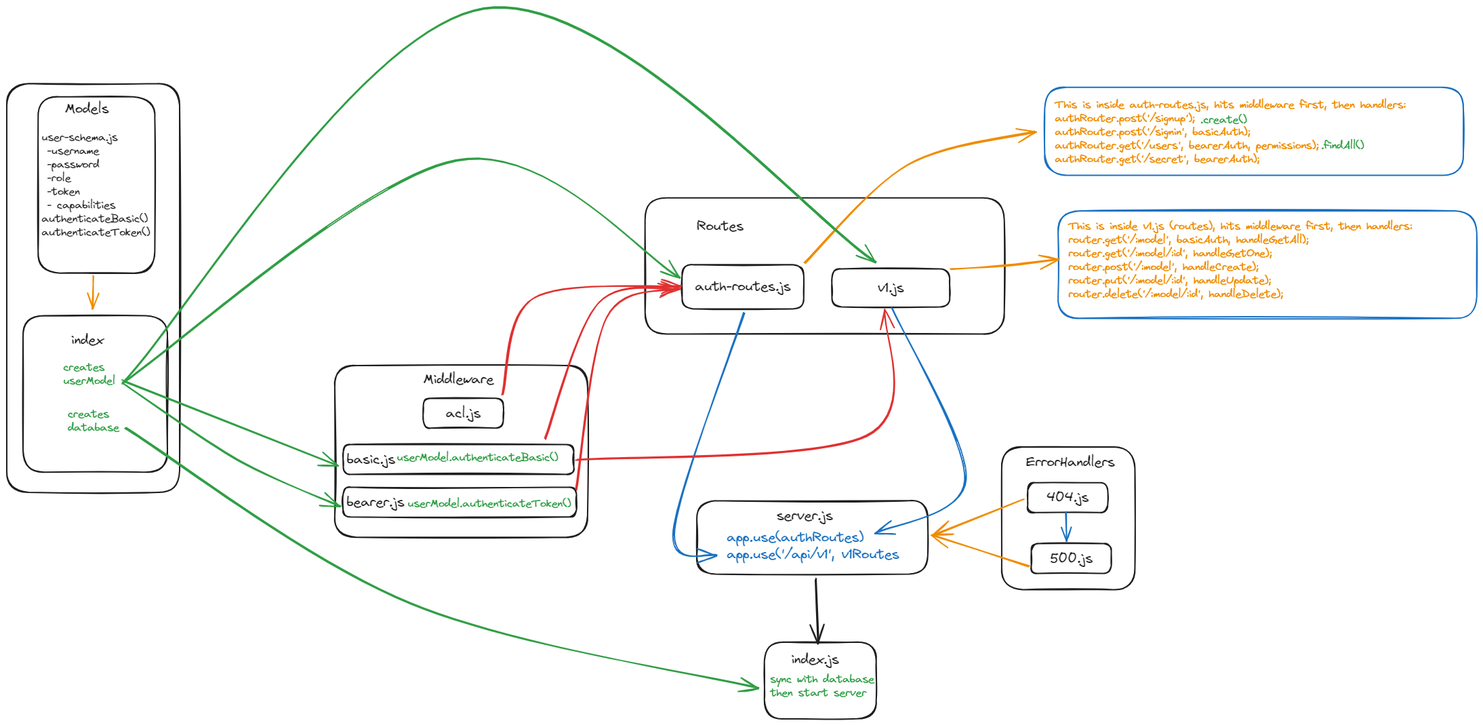
MelodicXP/auth-api keeps this Excalidraw diagram as assets/bearerAuthUMLFileStruct.excalidraw.png. Above is the earlier version. Source tidied: one line per element, renumbered; positions are measured from the earlier drawing's top-left corner, leaving out a move shared by most shapes.
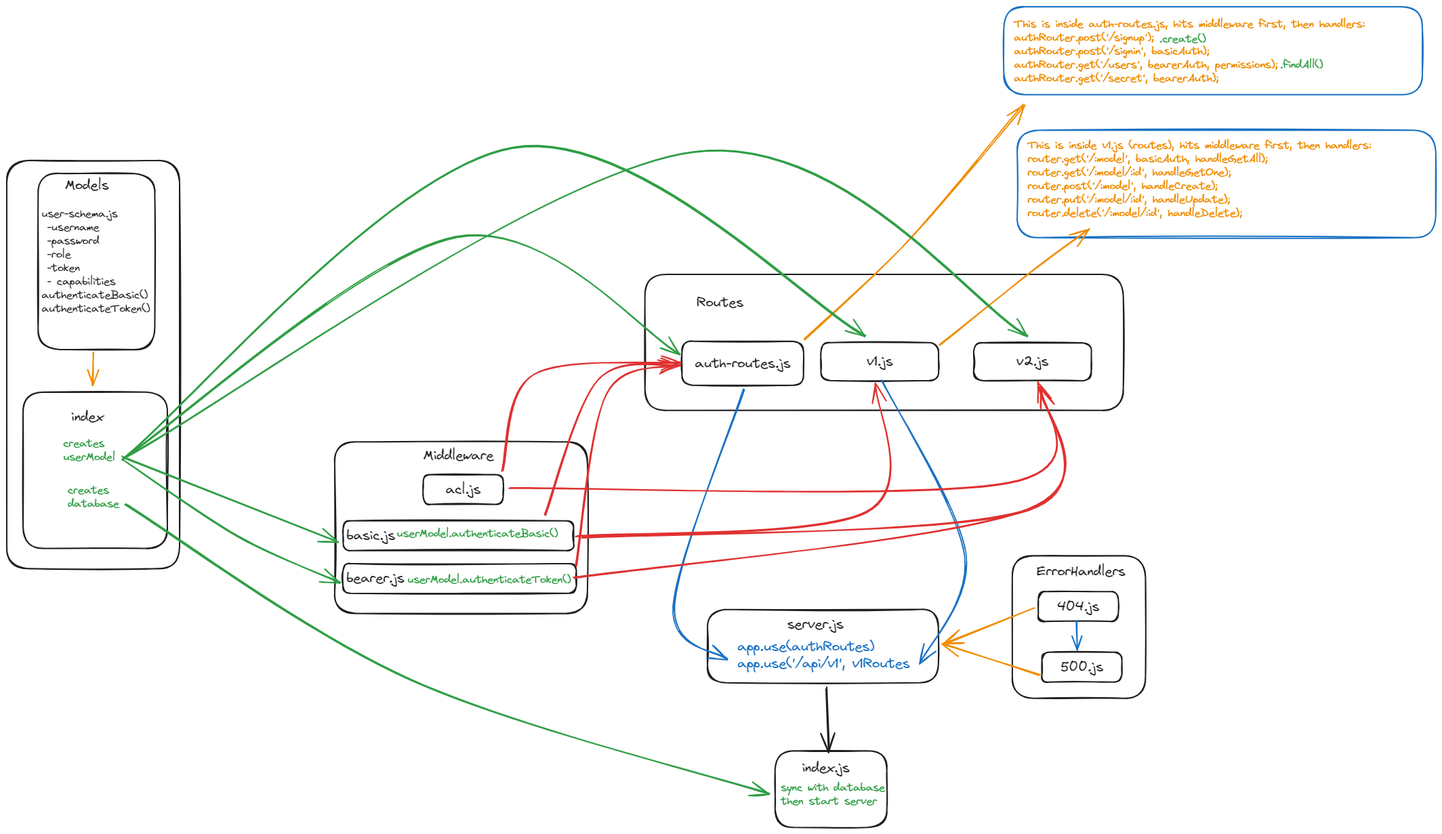
After the change.

Commit message:
Add food item

Change to the diagram source:
```diff
@@ -14,47 +14,53 @@
 {"id": 13, "type": "text", "text": "basic.js", "strokeColor": "#1e1e1e", "strokeWidth": 2, "roughness": 1, "fontSize": 20, "fontFamily": 1, "verticalAlign": "middle", "inside": 12, "x": 501, "y": 653, "width": 72, "height": 25}
 {"id": 14, "type": "arrow", "strokeColor": "#2f9e44", "strokeWidth": 2, "roughness": 1, "endArrowhead": "arrow", "round": true, "from": 4, "to": 10, "x": 172, "y": 554, "width": 322, "height": 181, "points": [[0, 0], [169, 112], [322, 181]]}
 {"id": 15, "type": "arrow", "strokeColor": "#2f9e44", "strokeWidth": 2, "roughness": 1, "endArrowhead": "arrow", "round": true, "from": 4, "to": 12, "x": 170, "y": 549, "width": 317, "height": 124, "points": [[0, 0], [317, 124]]}
-{"id": 16, "type": "rectangle", "strokeColor": "#1e1e1e", "strokeWidth": 2, "roughness": 1, "round": true, "x": 942, "y": 280, "width": 530, "height": 201}
+{"id": 16, "type": "rectangle", "strokeColor": "#1e1e1e", "strokeWidth": 2, "roughness": 1, "round": true, "x": 942, "y": 280, "width": 706, "height": 201}
 {"id": 17, "type": "text", "text": "Routes", "strokeColor": "#1e1e1e", "strokeWidth": 2, "roughness": 1, "fontSize": 20, "fontFamily": 1, "x": 1018, "y": 309, "width": 69, "height": 25}
-{"id": 18, "type": "rectangle", "strokeColor": "#1e1e1e", "strokeWidth": 2, "roughness": 1, "round": true, "x": 1217, "y": 385, "width": 174, "height": 56}
+{"id": 18, "type": "rectangle", "strokeColor": "#1e1e1e", "strokeWidth": 2, "roughness": 1, "round": true, "x": 1201, "y": 381, "width": 174, "height": 56}
-{"id": 19, "type": "text", "text": "v1.js", "strokeColor": "#1e1e1e", "strokeWidth": 2, "roughness": 1, "fontSize": 20, "fontFamily": 1, "textAlign": "center", "verticalAlign": "middle", "inside": 18, "x": 1285, "y": 400, "width": 39, "height": 25}
+{"id": 19, "type": "text", "text": "v1.js", "strokeColor": "#1e1e1e", "strokeWidth": 2, "roughness": 1, "fontSize": 20, "fontFamily": 1, "textAlign": "center", "verticalAlign": "middle", "inside": 18, "x": 1269, "y": 396, "width": 39, "height": 25}
 {"id": 20, "type": "rectangle", "strokeColor": "#1e1e1e", "strokeWidth": 2, "roughness": 1, "round": true, "x": 996, "y": 379, "width": 179, "height": 65}
 {"id": 21, "type": "text", "text": "auth-routes.js", "strokeColor": "#1e1e1e", "strokeWidth": 2, "roughness": 1, "fontSize": 20, "fontFamily": 1, "textAlign": "center", "verticalAlign": "middle", "inside": 20, "x": 1016, "y": 399, "width": 141, "height": 25}
 {"id": 22, "type": "arrow", "strokeColor": "#2f9e44", "strokeWidth": 2, "roughness": 1, "endArrowhead": "arrow", "round": true, "from": 4, "to": 20, "x": 170, "y": 553, "width": 823, "height": 328, "points": [[0, 0], [493, -328], [823, -155]]}
 {"id": 23, "type": "arrow", "strokeColor": "#e03131", "strokeWidth": 2, "roughness": 1, "endArrowhead": "arrow", "round": true, "from": 12, "to": 20, "x": 795, "y": 636, "width": 199, "height": 222, "points": [[0, 0], [78, -200], [199, -222]]}
 {"id": 24, "type": "arrow", "strokeColor": "#e03131", "strokeWidth": 2, "roughness": 1, "endArrowhead": "arrow", "round": true, "from": 51, "to": 20, "x": 841, "y": 711, "width": 148, "height": 297, "points": [[0, 0], [44, -255], [148, -297]]}
-{"id": 25, "type": "rectangle", "strokeColor": "#1e1e1e", "strokeWidth": 2, "roughness": 1, "round": true, "x": 1018, "y": 727, "width": 341, "height": 108}
+{"id": 25, "type": "rectangle", "strokeColor": "#1e1e1e", "strokeWidth": 2, "roughness": 1, "round": true, "x": 1034, "y": 775, "width": 341, "height": 108}
-{"id": 26, "type": "text", "text": "app.use(authRoutes)\napp.use('/api/v1', v1Routes", "strokeColor": "#1971c2", "strokeWidth": 2, "roughness": 1, "fontSize": 20, "fontFamily": 1, "x": 1062, "y": 769, "width": 254, "height": 50}
+{"id": 26, "type": "text", "text": "app.use(authRoutes)\napp.use('/api/v1', v1Routes", "strokeColor": "#1971c2", "strokeWidth": 2, "roughness": 1, "fontSize": 20, "fontFamily": 1, "x": 1078, "y": 817, "width": 254, "height": 50}
-{"id": 27, "type": "arrow", "strokeColor": "#1971c2", "strokeWidth": 2, "roughness": 1, "endArrowhead": "arrow", "round": true, "from": 20, "to": 26, "x": 1088, "y": 450, "width": 104, "height": 357, "points": [[0, 0], [-104, 319], [-41, 357]]}
+{"id": 27, "type": "arrow", "strokeColor": "#1971c2", "strokeWidth": 2, "roughness": 1, "endArrowhead": "arrow", "round": true, "from": 20, "to": 26, "x": 1088, "y": 450, "width": 104, "height": 397, "points": [[0, 0], [-104, 319], [-25, 397]]}
-{"id": 28, "type": "rectangle", "strokeColor": "#1e1e1e", "strokeWidth": 2, "roughness": 1, "round": true, "x": 1118, "y": 935, "width": 165, "height": 113}
+{"id": 28, "type": "rectangle", "strokeColor": "#1e1e1e", "strokeWidth": 2, "roughness": 1, "round": true, "x": 1134, "y": 983, "width": 165, "height": 113}
-{"id": 29, "type": "text", "text": "index.js", "strokeColor": "#1e1e1e", "strokeWidth": 2, "roughness": 1, "fontSize": 20, "fontFamily": 1, "x": 1158, "y": 948, "width": 70, "height": 25}
+{"id": 29, "type": "text", "text": "index.js", "strokeColor": "#1e1e1e", "strokeWidth": 2, "roughness": 1, "fontSize": 20, "fontFamily": 1, "x": 1174, "y": 996, "width": 70, "height": 25}
 {"id": 30, "type": "text", "text": "creates\ndatabase", "strokeColor": "#2f9e44", "strokeWidth": 2, "roughness": 1, "fontSize": 16, "fontFamily": 1, "x": 90, "y": 589, "width": 76, "height": 40}
-{"id": 31, "type": "arrow", "strokeColor": "#2f9e44", "strokeWidth": 2, "roughness": 1, "endArrowhead": "arrow", "round": true, "from": 30, "to": 28, "x": 175, "y": 620, "width": 933, "height": 382, "points": [[0, 0], [420, 258], [933, 382]]}
+{"id": 31, "type": "arrow", "strokeColor": "#2f9e44", "strokeWidth": 2, "roughness": 1, "endArrowhead": "arrow", "round": true, "from": 30, "to": 28, "x": 175, "y": 620, "width": 949, "height": 426, "points": [[0, 0], [420, 258], [949, 426]]}
-{"id": 32, "type": "text", "text": "sync with database\nthen start server", "strokeColor": "#2f9e44", "strokeWidth": 2, "roughness": 1, "fontSize": 16, "fontFamily": 1, "x": 1126, "y": 980, "width": 154, "height": 40}
+{"id": 32, "type": "text", "text": "sync with database\nthen start server", "strokeColor": "#2f9e44", "strokeWidth": 2, "roughness": 1, "fontSize": 16, "fontFamily": 1, "x": 1142, "y": 1028, "width": 154, "height": 40}
-{"id": 33, "type": "arrow", "strokeColor": "#1e1e1e", "strokeWidth": 2, "roughness": 1, "endArrowhead": "arrow", "round": true, "from": 25, "to": 29, "x": 1193, "y": 842, "width": 6, "height": 94, "points": [[0, 0], [6, 94]]}
+{"id": 33, "type": "arrow", "strokeColor": "#1e1e1e", "strokeWidth": 2, "roughness": 1, "endArrowhead": "arrow", "round": true, "from": 25, "to": 29, "x": 1209, "y": 890, "width": 6, "height": 94, "points": [[0, 0], [6, 94]]}
-{"id": 34, "type": "rectangle", "strokeColor": "#1e1e1e", "strokeWidth": 2, "roughness": 1, "round": true, "x": 1468, "y": 647, "width": 197, "height": 210}
+{"id": 34, "type": "rectangle", "strokeColor": "#1e1e1e", "strokeWidth": 2, "roughness": 1, "round": true, "x": 1484, "y": 695, "width": 197, "height": 210}
-{"id": 35, "type": "text", "text": "ErrorHandlers", "strokeColor": "#1e1e1e", "strokeWidth": 2, "roughness": 1, "fontSize": 20, "fontFamily": 1, "x": 1504, "y": 658, "width": 131, "height": 25}
+{"id": 35, "type": "text", "text": "ErrorHandlers", "strokeColor": "#1e1e1e", "strokeWidth": 2, "roughness": 1, "fontSize": 20, "fontFamily": 1, "x": 1520, "y": 706, "width": 131, "height": 25}
-{"id": 36, "type": "rectangle", "strokeColor": "#1e1e1e", "strokeWidth": 2, "roughness": 1, "round": true, "x": 1506, "y": 700, "width": 118, "height": 44}
+{"id": 36, "type": "rectangle", "strokeColor": "#1e1e1e", "strokeWidth": 2, "roughness": 1, "round": true, "x": 1522, "y": 748, "width": 118, "height": 44}
-{"id": 37, "type": "text", "text": "404.js", "strokeColor": "#1e1e1e", "strokeWidth": 2, "roughness": 1, "fontSize": 20, "fontFamily": 1, "textAlign": "center", "verticalAlign": "middle", "inside": 36, "x": 1534, "y": 710, "width": 62, "height": 25}
+{"id": 37, "type": "text", "text": "404.js", "strokeColor": "#1e1e1e", "strokeWidth": 2, "roughness": 1, "fontSize": 20, "fontFamily": 1, "textAlign": "center", "verticalAlign": "middle", "inside": 36, "x": 1550, "y": 758, "width": 62, "height": 25}
-{"id": 38, "type": "rectangle", "strokeColor": "#1e1e1e", "strokeWidth": 2, "roughness": 1, "round": true, "x": 1512, "y": 790, "width": 118, "height": 44}
+{"id": 38, "type": "rectangle", "strokeColor": "#1e1e1e", "strokeWidth": 2, "roughness": 1, "round": true, "x": 1528, "y": 838, "width": 118, "height": 44}
-{"id": 39, "type": "text", "text": "500.js", "strokeColor": "#1e1e1e", "strokeWidth": 2, "roughness": 1, "fontSize": 20, "fontFamily": 1, "textAlign": "center", "verticalAlign": "middle", "inside": 38, "x": 1539, "y": 799, "width": 63, "height": 25}
+{"id": 39, "type": "text", "text": "500.js", "strokeColor": "#1e1e1e", "strokeWidth": 2, "roughness": 1, "fontSize": 20, "fontFamily": 1, "textAlign": "center", "verticalAlign": "middle", "inside": 38, "x": 1555, "y": 847, "width": 63, "height": 25}
-{"id": 40, "type": "arrow", "strokeColor": "#1971c2", "strokeWidth": 2, "roughness": 1, "endArrowhead": "arrow", "round": true, "to": 38, "x": 1563, "y": 744, "width": 1, "height": 42, "points": [[0, 0], [1, 42]]}
+{"id": 40, "type": "arrow", "strokeColor": "#1971c2", "strokeWidth": 2, "roughness": 1, "endArrowhead": "arrow", "round": true, "to": 38, "x": 1579, "y": 792, "width": 1, "height": 42, "points": [[0, 0], [1, 42]]}
-{"id": 41, "type": "arrow", "strokeColor": "#f08c00", "strokeWidth": 2, "roughness": 1, "endArrowhead": "arrow", "round": true, "from": 36, "to": 25, "x": 1499, "y": 724, "width": 132, "height": 53, "points": [[0, 0], [-132, 53]]}
+{"id": 41, "type": "arrow", "strokeColor": "#f08c00", "strokeWidth": 2, "roughness": 1, "endArrowhead": "arrow", "round": true, "from": 36, "to": 25, "x": 1515, "y": 772, "width": 132, "height": 53, "points": [[0, 0], [-132, 53]]}
-{"id": 42, "type": "arrow", "strokeColor": "#f08c00", "strokeWidth": 2, "roughness": 1, "endArrowhead": "arrow", "round": true, "from": 38, "to": 25, "x": 1508, "y": 824, "width": 142, "height": 46, "points": [[0, 0], [-142, -46]]}
+{"id": 42, "type": "arrow", "strokeColor": "#f08c00", "strokeWidth": 2, "roughness": 1, "endArrowhead": "arrow", "round": true, "from": 38, "to": 25, "x": 1524, "y": 872, "width": 142, "height": 46, "points": [[0, 0], [-142, -46]]}
-{"id": 43, "type": "text", "text": ".create()", "strokeColor": "#2f9e44", "strokeWidth": 2, "roughness": 1, "fontSize": 16, "fontFamily": 1, "x": 1761, "y": 155, "width": 69, "height": 20}
+{"id": 43, "type": "text", "text": ".create()", "strokeColor": "#2f9e44", "strokeWidth": 2, "roughness": 1, "fontSize": 16, "fontFamily": 1, "x": 1701, "y": -77, "width": 69, "height": 20}
-{"id": 44, "type": "text", "text": ".findAll()", "strokeColor": "#2f9e44", "strokeWidth": 2, "roughness": 1, "fontSize": 16, "fontFamily": 1, "x": 1939, "y": 193, "width": 63, "height": 20}
+{"id": 44, "type": "text", "text": ".findAll()", "strokeColor": "#2f9e44", "strokeWidth": 2, "roughness": 1, "fontSize": 16, "fontFamily": 1, "x": 1879, "y": -39, "width": 63, "height": 20}
 {"id": 45, "type": "rectangle", "strokeColor": "#1e1e1e", "strokeWidth": 2, "roughness": 1, "round": true, "x": 615, "y": 576, "width": 118, "height": 44}
 {"id": 46, "type": "text", "text": "acl.js", "strokeColor": "#1e1e1e", "strokeWidth": 2, "roughness": 1, "fontSize": 20, "fontFamily": 1, "textAlign": "center", "verticalAlign": "middle", "inside": 45, "x": 648, "y": 585, "width": 52, "height": 25}
-{"id": 47, "type": "arrow", "strokeColor": "#f08c00", "strokeWidth": 2, "roughness": 1, "endArrowhead": "arrow", "round": true, "from": 20, "to": 48, "x": 1178, "y": 377, "width": 339, "height": 195, "points": [[0, 0], [152, -145], [339, -195]]}
+{"id": 47, "type": "arrow", "strokeColor": "#f08c00", "strokeWidth": 2, "roughness": 1, "endArrowhead": "arrow", "round": true, "from": 20, "to": 48, "x": 1178, "y": 377, "width": 323, "height": 348, "points": [[0, 0], [152, -145], [323, -348]]}
-{"id": 48, "type": "rectangle", "strokeColor": "#1971c2", "strokeWidth": 2, "roughness": 1, "round": true, "x": 1531, "y": 117, "width": 618, "height": 130}
+{"id": 48, "type": "rectangle", "strokeColor": "#1971c2", "strokeWidth": 2, "roughness": 1, "round": true, "x": 1471, "y": -115, "width": 618, "height": 130}
-{"id": 49, "type": "text", "text": "This is inside auth-routes.js, hits middleware first, then handlers:\nauthRouter.post('/signup');\nauthRouter.post('/signin', basicAuth);\nauthRouter.get('/users', bearerAuth, permissions);\nauthRouter.get('/secret', bearerAuth);", "strokeColor": "#f08c00", "strokeWidth": 2, "roughness": 1, "fontSize": 16, "fontFamily": 1, "x": 1546, "y": 133, "width": 518, "height": 100}
+{"id": 49, "type": "text", "text": "This is inside auth-routes.js, hits middleware first, then handlers:\nauthRouter.post('/signup');\nauthRouter.post('/signin', basicAuth);\nauthRouter.get('/users', bearerAuth, permissions);\nauthRouter.get('/secret', bearerAuth);", "strokeColor": "#f08c00", "strokeWidth": 2, "roughness": 1, "fontSize": 16, "fontFamily": 1, "x": 1486, "y": -99, "width": 518, "height": 100}
 {"id": 50, "type": "text", "text": "userModel.authenticateBasic()", "strokeColor": "#2f9e44", "strokeWidth": 2, "roughness": 1, "fontSize": 16, "fontFamily": 1, "x": 576, "y": 653, "width": 238, "height": 20}
 {"id": 51, "type": "text", "text": "userModel.authenticateToken()", "strokeColor": "#2f9e44", "strokeWidth": 2, "roughness": 1, "fontSize": 16, "fontFamily": 1, "x": 591, "y": 721, "width": 241, "height": 20}
-{"id": 52, "type": "arrow", "strokeColor": "#1971c2", "strokeWidth": 2, "roughness": 1, "endArrowhead": "arrow", "round": true, "from": 18, "x": 1307, "y": 444, "width": 133, "height": 331, "points": [[0, 0], [107, 252], [-26, 331]]}
+{"id": 52, "type": "arrow", "strokeColor": "#1971c2", "strokeWidth": 2, "roughness": 1, "endArrowhead": "arrow", "round": true, "from": 18, "to": 26, "x": 1292, "y": 438, "width": 122, "height": 416, "points": [[0, 0], [122, 256], [55, 416]]}
-{"id": 53, "type": "text", "text": "server.js", "strokeColor": "#1e1e1e", "strokeWidth": 2, "roughness": 1, "fontSize": 20, "fontFamily": 1, "x": 1136, "y": 736, "width": 83, "height": 25}
+{"id": 53, "type": "text", "text": "server.js", "strokeColor": "#1e1e1e", "strokeWidth": 2, "roughness": 1, "fontSize": 20, "fontFamily": 1, "x": 1152, "y": 784, "width": 83, "height": 25}
 {"id": 54, "type": "arrow", "strokeColor": "#e03131", "strokeWidth": 2, "roughness": 1, "endArrowhead": "arrow", "round": true, "from": 45, "to": 20, "x": 731, "y": 570, "width": 265, "height": 161, "points": [[0, 0], [46, -143], [265, -161]]}
-{"id": 55, "type": "arrow", "strokeColor": "#2f9e44", "strokeWidth": 2, "roughness": 1, "endArrowhead": "arrow", "round": true, "from": 4, "to": 18, "x": 172, "y": 552, "width": 1111, "height": 552, "points": [[0, 0], [531, -552], [1111, -178]]}
+{"id": 55, "type": "arrow", "strokeColor": "#2f9e44", "strokeWidth": 2, "roughness": 1, "endArrowhead": "arrow", "round": true, "from": 4, "to": 18, "x": 172, "y": 552, "width": 1096, "height": 460, "points": [[0, 0], [575, -460], [1096, -182]]}
-{"id": 56, "type": "arrow", "strokeColor": "#e03131", "strokeWidth": 2, "roughness": 1, "endArrowhead": "arrow", "round": true, "from": 12, "to": 18, "x": 840, "y": 667, "width": 455, "height": 221, "points": [[0, 0], [428, -36], [455, -221]]}
+{"id": 56, "type": "arrow", "strokeColor": "#e03131", "strokeWidth": 2, "roughness": 1, "endArrowhead": "arrow", "round": true, "from": 12, "to": 18, "x": 840, "y": 667, "width": 442, "height": 225, "points": [[0, 0], [428, -36], [442, -225]]}
-{"id": 57, "type": "rectangle", "strokeColor": "#1971c2", "strokeWidth": 2, "roughness": 1, "round": true, "x": 1551, "y": 299, "width": 618, "height": 158}
+{"id": 57, "type": "rectangle", "strokeColor": "#1971c2", "strokeWidth": 2, "roughness": 1, "round": true, "x": 1491, "y": 67, "width": 618, "height": 158}
-{"id": 58, "type": "text", "text": "This is inside v1.js (routes), hits middleware first, then handlers:\nrouter.get('/:model', basicAuth, handleGetAll);\nrouter.get('/:model/:id', handleGetOne);\nrouter.post('/:model', handleCreate);\nrouter.put('/:model/:id', handleUpdate);\nrouter.delete('/:model/:id', handleDelete);", "strokeColor": "#f08c00", "strokeWidth": 2, "roughness": 1, "fontSize": 16, "fontFamily": 1, "x": 1566, "y": 312, "width": 507, "height": 120}
+{"id": 58, "type": "text", "text": "This is inside v1.js (routes), hits middleware first, then handlers:\nrouter.get('/:model', basicAuth, handleGetAll);\nrouter.get('/:model/:id', handleGetOne);\nrouter.post('/:model', handleCreate);\nrouter.put('/:model/:id', handleUpdate);\nrouter.delete('/:model/:id', handleDelete);", "strokeColor": "#f08c00", "strokeWidth": 2, "roughness": 1, "fontSize": 16, "fontFamily": 1, "x": 1506, "y": 80, "width": 507, "height": 120}
-{"id": 59, "type": "arrow", "strokeColor": "#f08c00", "strokeWidth": 2, "roughness": 1, "endArrowhead": "arrow", "round": true, "from": 18, "to": 58, "x": 1392, "y": 385, "width": 161, "height": 15, "points": [[0, 0], [84, -6], [161, -15]]}
+{"id": 59, "type": "arrow", "strokeColor": "#f08c00", "strokeWidth": 2, "roughness": 1, "endArrowhead": "arrow", "round": true, "from": 18, "to": 58, "x": 1376, "y": 384, "width": 222, "height": 171, "points": [[0, 0], [142, -113], [222, -171]]}
+{"id": 60, "type": "rectangle", "strokeColor": "#1e1e1e", "strokeWidth": 2, "roughness": 1, "round": true, "x": 1427, "y": 381, "width": 174, "height": 56}
+{"id": 61, "type": "text", "text": "v2.js", "strokeColor": "#1e1e1e", "strokeWidth": 2, "roughness": 1, "fontSize": 20, "fontFamily": 1, "textAlign": "center", "verticalAlign": "middle", "inside": 60, "x": 1490, "y": 396, "width": 48, "height": 25}
+{"id": 62, "type": "arrow", "strokeColor": "#e03131", "strokeWidth": 2, "roughness": 1, "endArrowhead": "arrow", "round": true, "from": 12, "to": 60, "x": 850, "y": 668, "width": 672, "height": 229, "points": [[0, 0], [658, -40], [672, -229]]}
+{"id": 63, "type": "arrow", "strokeColor": "#e03131", "strokeWidth": 2, "roughness": 1, "endArrowhead": "arrow", "round": true, "from": 51, "to": 60, "x": 836, "y": 729, "width": 692, "height": 279, "points": [[0, 0], [670, -102], [692, -279]]}
+{"id": 64, "type": "arrow", "strokeColor": "#e03131", "strokeWidth": 2, "roughness": 1, "endArrowhead": "arrow", "round": true, "from": 45, "to": 60, "x": 742, "y": 595, "width": 784, "height": 149, "points": [[0, 0], [736, -8], [784, -149]]}
+{"id": 65, "type": "arrow", "strokeColor": "#2f9e44", "strokeWidth": 2, "roughness": 1, "endArrowhead": "arrow", "round": true, "from": 4, "to": 60, "x": 178, "y": 548, "width": 1328, "height": 448, "points": [[0, 0], [835, -448], [1328, -178]]}
```
